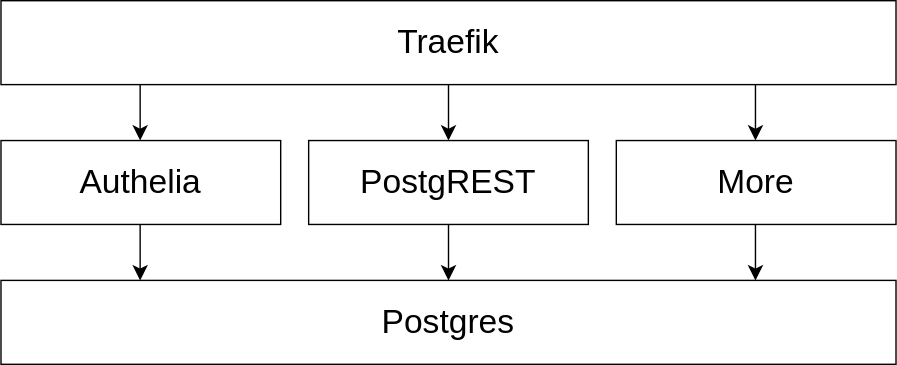
minibasehq/minibase keeps this draw.io diagram as architecture-light.svg. Above is the earlier version. Source tidied: cells renumbered, new cells last; positions are measured from the earlier drawing's top-left corner, leaving out a move shared by most shapes.
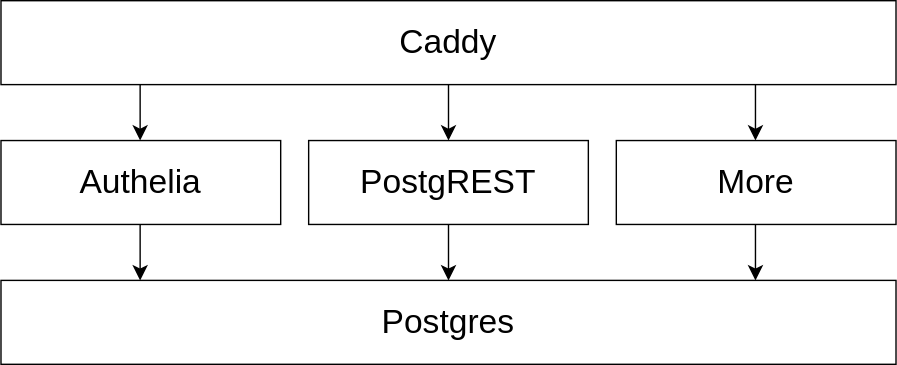
The same diagram one commit later.

Commit message:
Add caddy to architecture diagram

The edit, as a diff of the source:
```diff
@@ -5,7 +5,7 @@
     <mxCell id="2" style="edgeStyle=none;curved=1;rounded=0;jettySize=auto;html=1;fontSize=12;startSize=8;endSize=8;" parent="1" edge="1" source="3" target="10">
       <mxGeometry relative="1" as="geometry" />
     </mxCell>
-    <mxCell id="3" value="&lt;font style=&quot;font-size: 24px;&quot;&gt;Traefik&lt;/font&gt;" style="rounded=0;whiteSpace=wrap;html=1;" parent="1" vertex="1">
+    <mxCell id="3" value="&lt;font style=&quot;font-size: 24px;&quot;&gt;Caddy&lt;/font&gt;" style="rounded=0;whiteSpace=wrap;html=1;" parent="1" vertex="1">
       <mxGeometry width="640" height="60" as="geometry" />
     </mxCell>
     <mxCell id="4" style="edgeStyle=none;curved=1;rounded=0;orthogonalLoop=1;jettySize=auto;html=1;fontSize=12;startSize=8;endSize=8;entryX=0.239;entryY=0;entryDx=0;entryDy=0;entryPerimeter=0;exitX=0.639;exitY=1.05;exitDx=0;exitDy=0;exitPerimeter=0;" parent="1" edge="1">
```
